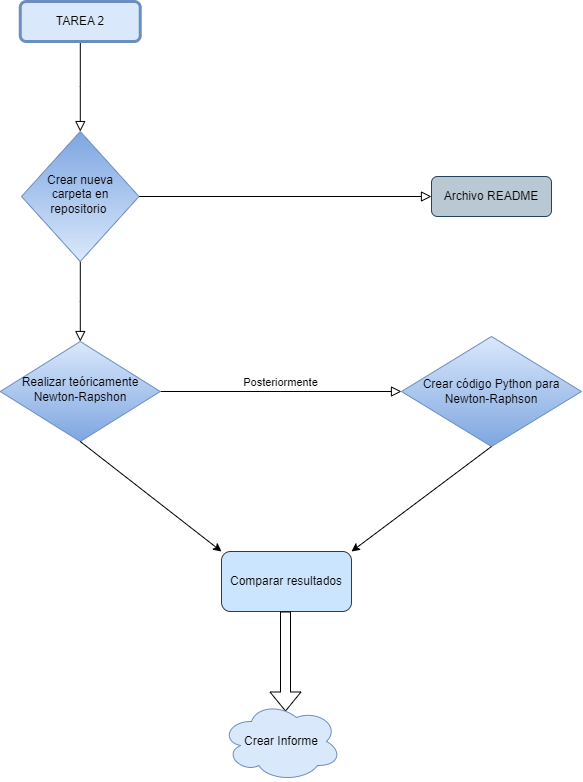
Above: Tarea 2/esquema.png in YuyuAraya/G2A_SEP1_S12024 (draw.io), before the change. Source tidied: cells renumbered, new cells last; positions are measured from the earlier drawing's top-left corner, leaving out a move shared by most shapes.
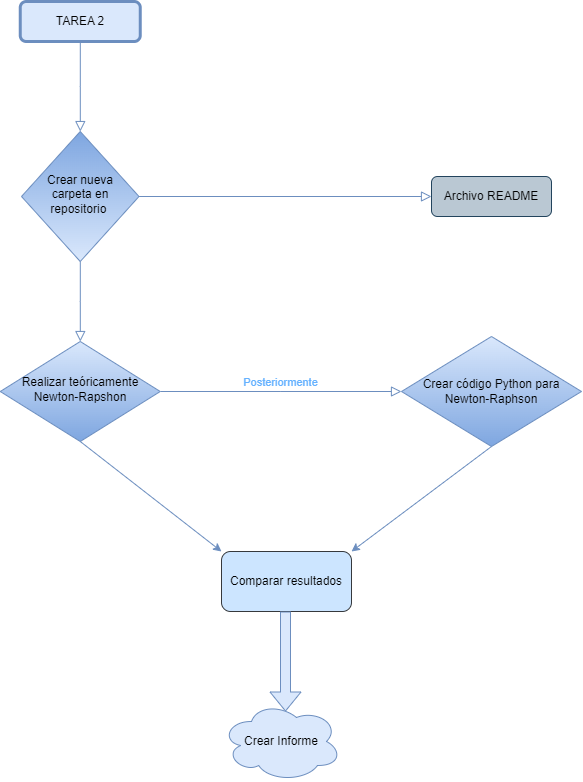
Above is the later version.

Diff of the diagram source:
```diff
@@ -2,16 +2,16 @@
   <root>
     <mxCell id="0" />
     <mxCell id="1" parent="0" />
-    <mxCell id="2" style="rounded=0;html=1;jettySize=auto;fontSize=11;endArrow=block;endFill=0;endSize=8;strokeWidth=1;shadow=0;labelBackgroundColor=none;edgeStyle=orthogonalEdgeStyle;" parent="1" edge="1" source="3" target="6">
+    <mxCell id="2" style="rounded=0;html=1;jettySize=auto;fontSize=11;endArrow=block;endFill=0;endSize=8;strokeWidth=1;shadow=0;labelBackgroundColor=none;edgeStyle=orthogonalEdgeStyle;fillColor=#dae8fc;strokeColor=#6c8ebf;" parent="1" edge="1" source="3" target="6">
       <mxGeometry relative="1" as="geometry" />
     </mxCell>
     <mxCell id="3" value="TAREA 2" style="rounded=1;whiteSpace=wrap;html=1;fontSize=12;glass=0;strokeWidth=3;shadow=0;fillColor=#dae8fc;strokeColor=#6c8ebf;" parent="1" vertex="1">
       <mxGeometry x="19.8" width="120" height="40" as="geometry" />
     </mxCell>
-    <mxCell id="4" style="rounded=0;html=1;jettySize=auto;fontSize=11;endArrow=block;endFill=0;endSize=8;strokeWidth=1;shadow=0;labelBackgroundColor=none;edgeStyle=orthogonalEdgeStyle;" parent="1" edge="1" source="6" target="9">
+    <mxCell id="4" style="rounded=0;html=1;jettySize=auto;fontSize=11;endArrow=block;endFill=0;endSize=8;strokeWidth=1;shadow=0;labelBackgroundColor=none;edgeStyle=orthogonalEdgeStyle;fillColor=#dae8fc;strokeColor=#6c8ebf;" parent="1" edge="1" source="6" target="9">
       <mxGeometry y="20" relative="1" as="geometry" />
     </mxCell>
-    <mxCell id="5" style="edgeStyle=orthogonalEdgeStyle;rounded=0;html=1;jettySize=auto;fontSize=11;endArrow=block;endFill=0;endSize=8;strokeWidth=1;shadow=0;labelBackgroundColor=none;" parent="1" edge="1" source="6" target="7">
+    <mxCell id="5" style="edgeStyle=orthogonalEdgeStyle;rounded=0;html=1;jettySize=auto;fontSize=11;endArrow=block;endFill=0;endSize=8;strokeWidth=1;shadow=0;labelBackgroundColor=none;fillColor=#dae8fc;strokeColor=#6c8ebf;" parent="1" edge="1" source="6" target="7">
       <mxGeometry y="10" relative="1" as="geometry" />
     </mxCell>
     <mxCell id="6" value="Crear nueva carpeta en repositorio&amp;nbsp;" style="rhombus;whiteSpace=wrap;html=1;shadow=0;fontFamily=Helvetica;fontSize=12;align=center;strokeWidth=1;spacing=6;spacingTop=-4;rounded=0;gradientDirection=north;fillColor=#dae8fc;fillStyle=solid;strokeColor=#6c8ebf;gradientColor=#7ea6e0;" parent="1" vertex="1">
@@ -20,7 +20,7 @@
     <mxCell id="7" value="Archivo README" style="rounded=1;whiteSpace=wrap;html=1;fontSize=12;glass=0;strokeWidth=1;shadow=0;fillColor=#bac8d3;strokeColor=#23445d;" parent="1" vertex="1">
       <mxGeometry x="431" y="175" width="120" height="40" as="geometry" />
     </mxCell>
-    <mxCell id="8" value="Posteriormente" style="edgeStyle=orthogonalEdgeStyle;rounded=0;html=1;jettySize=auto;fontSize=11;endArrow=block;endFill=0;endSize=8;strokeWidth=1;shadow=0;labelBackgroundColor=none;" parent="1" edge="1" source="9">
+    <mxCell id="8" value="&lt;font color=&quot;#66b2ff&quot;&gt;Posteriormente&lt;/font&gt;" style="edgeStyle=orthogonalEdgeStyle;rounded=0;html=1;jettySize=auto;fontSize=11;endArrow=block;endFill=0;endSize=8;strokeWidth=1;shadow=0;labelBackgroundColor=none;fillColor=#dae8fc;strokeColor=#6c8ebf;" parent="1" edge="1" source="9">
       <mxGeometry y="10" relative="1" as="geometry">
         <mxPoint x="401" y="390" as="targetPoint" />
       </mxGeometry>
@@ -34,15 +34,15 @@
     <mxCell id="11" value="Crear código Python para Newton-Raphson" style="rhombus;whiteSpace=wrap;html=1;fillColor=#dae8fc;gradientColor=#7ea6e0;strokeColor=#6c8ebf;" parent="1" vertex="1">
       <mxGeometry x="401" y="335" width="180" height="110" as="geometry" />
     </mxCell>
-    <mxCell id="12" style="endArrow=classic;html=1;rounded=0;exitX=0.5;exitY=1;exitDx=0;exitDy=0;" parent="1" edge="1" source="9">
+    <mxCell id="12" style="endArrow=classic;html=1;rounded=0;exitX=0.5;exitY=1;exitDx=0;exitDy=0;fillColor=#dae8fc;strokeColor=#6c8ebf;" parent="1" edge="1" source="9">
       <mxGeometry relative="1" as="geometry">
         <mxPoint x="221" y="550" as="targetPoint" />
       </mxGeometry>
     </mxCell>
-    <mxCell id="13" style="endArrow=classic;html=1;rounded=0;exitX=0.5;exitY=1;exitDx=0;exitDy=0;entryX=1;entryY=0;entryDx=0;entryDy=0;" parent="1" edge="1" source="11" target="10">
+    <mxCell id="13" style="endArrow=classic;html=1;rounded=0;exitX=0.5;exitY=1;exitDx=0;exitDy=0;entryX=1;entryY=0;entryDx=0;entryDy=0;fillColor=#dae8fc;strokeColor=#6c8ebf;" parent="1" edge="1" source="11" target="10">
       <mxGeometry relative="1" as="geometry" />
     </mxCell>
-    <mxCell id="14" style="shape=flexArrow;endArrow=classic;html=1;rounded=0;" parent="1" edge="1">
+    <mxCell id="14" style="shape=flexArrow;endArrow=classic;html=1;rounded=0;fillColor=#dae8fc;strokeColor=#6c8ebf;" parent="1" edge="1">
       <mxGeometry relative="1" as="geometry">
         <mxPoint x="285" y="610" as="sourcePoint" />
         <mxPoint x="285" y="710" as="targetPoint" />
```
